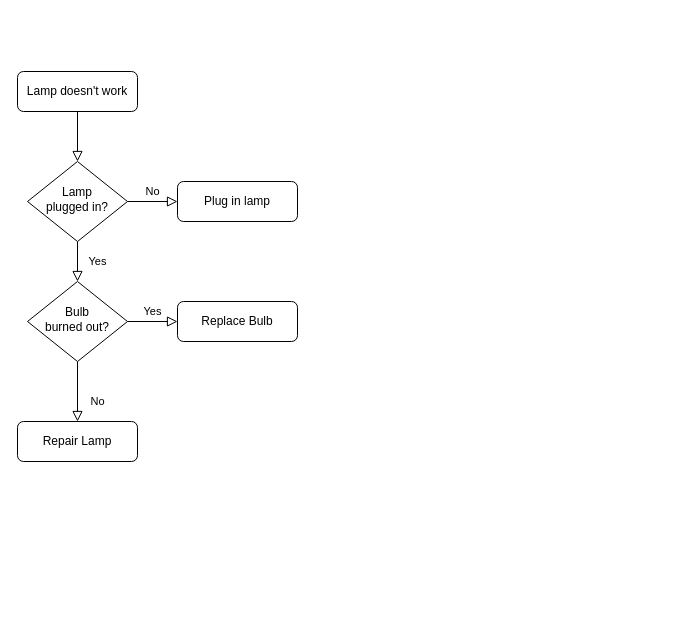
Above: marcelo .drawio in s4mucarros/mdc118 (draw.io), before the change. Source tidied: cells renumbered, new cells numbered last; positions are measured from the earlier drawing's top-left corner, leaving out a move shared by most shapes. Both pictures are drawn from the tidied source at 100%, with x=0, y=0 at pixel (17, 71).
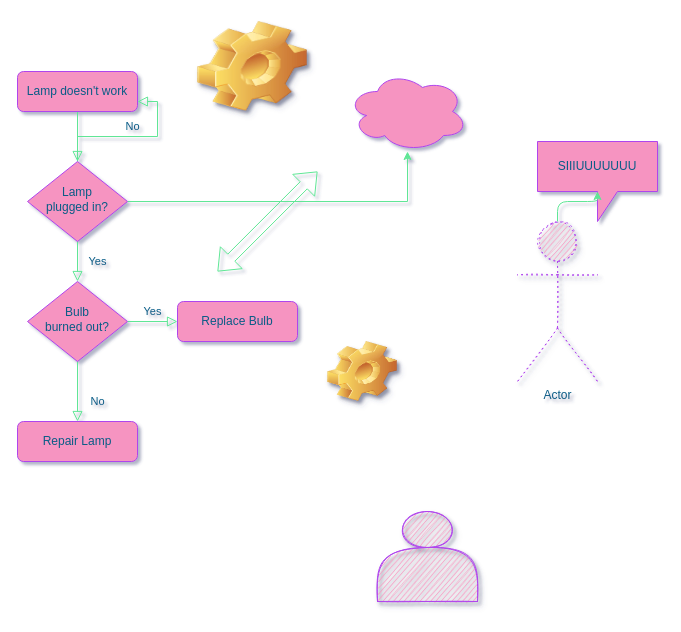
The same diagram, later.

The edit, as a diff of the source:
```diff
@@
-<mxGraphModel>
+<mxGraphModel shadow="1">
@@
-    <mxCell id="2" style="rounded=0;html=1;jettySize=auto;fontSize=11;endArrow=block;endFill=0;endSize=8;strokeWidth=1;shadow=0;labelBackgroundColor=none;edgeStyle=orthogonalEdgeStyle;" parent="1" edge="1" source="3" target="6">
+    <mxCell id="2" style="rounded=0;html=1;jettySize=auto;fontSize=11;endArrow=block;endFill=0;endSize=8;strokeWidth=1;shadow=0;labelBackgroundColor=none;edgeStyle=orthogonalEdgeStyle;strokeColor=#60E696;fontColor=#095C86;" parent="1" edge="1" source="3" target="6">
       <mxGeometry relative="1" as="geometry" />
     </mxCell>
-    <mxCell id="3" value="Lamp doesn't work" style="rounded=1;whiteSpace=wrap;html=1;fontSize=12;glass=0;strokeWidth=1;shadow=0;" parent="1" vertex="1">
+    <mxCell id="3" value="Lamp doesn't work" style="rounded=1;whiteSpace=wrap;html=1;fontSize=12;glass=0;strokeWidth=1;shadow=0;fillColor=#F694C1;strokeColor=#AF45ED;fontColor=#095C86;" parent="1" vertex="1">
       <mxGeometry width="120" height="40" as="geometry" />
     </mxCell>
-    <mxCell id="4" value="Yes" style="rounded=0;html=1;jettySize=auto;fontSize=11;endArrow=block;endFill=0;endSize=8;strokeWidth=1;shadow=0;labelBackgroundColor=none;edgeStyle=orthogonalEdgeStyle;" parent="1" edge="1" source="6" target="10">
+    <mxCell id="4" value="Yes" style="rounded=0;html=1;jettySize=auto;fontSize=11;endArrow=block;endFill=0;endSize=8;strokeWidth=1;shadow=0;labelBackgroundColor=none;edgeStyle=orthogonalEdgeStyle;strokeColor=#60E696;fontColor=#095C86;" parent="1" edge="1" source="6" target="10">
       <mxGeometry y="20" relative="1" as="geometry" />
     </mxCell>
-    <mxCell id="5" value="No" style="edgeStyle=orthogonalEdgeStyle;rounded=0;html=1;jettySize=auto;fontSize=11;endArrow=block;endFill=0;endSize=8;strokeWidth=1;shadow=0;labelBackgroundColor=none;" parent="1" edge="1" source="6" target="7">
+    <mxCell id="5" value="No" style="edgeStyle=orthogonalEdgeStyle;rounded=0;html=1;jettySize=auto;fontSize=11;endArrow=block;endFill=0;endSize=8;strokeWidth=1;shadow=0;labelBackgroundColor=none;entryX=1;entryY=0.75;entryDx=0;entryDy=0;strokeColor=#60E696;fontColor=#095C86;" parent="1" edge="1" source="6" target="3">
       <mxGeometry y="10" relative="1" as="geometry" />
     </mxCell>
+    <mxCell id="13" style="edgeStyle=orthogonalEdgeStyle;rounded=0;jettySize=auto;html=1;strokeColor=#60E696;fontColor=#095C86;" parent="1" edge="1" source="6" target="15">
+      <mxGeometry relative="1" as="geometry" />
+    </mxCell>
-    <mxCell id="6" value="Lamp&lt;br&gt;plugged in?" style="rhombus;whiteSpace=wrap;html=1;shadow=0;fontFamily=Helvetica;fontSize=12;align=center;strokeWidth=1;spacing=6;spacingTop=-4;" parent="1" vertex="1">
+    <mxCell id="6" value="Lamp&lt;br&gt;plugged in?" style="rhombus;whiteSpace=wrap;html=1;shadow=0;fontFamily=Helvetica;fontSize=12;align=center;strokeWidth=1;spacing=6;spacingTop=-4;fillColor=#F694C1;strokeColor=#AF45ED;fontColor=#095C86;" parent="1" vertex="1">
       <mxGeometry x="10" y="90" width="100" height="80" as="geometry" />
     </mxCell>
-    <mxCell id="7" value="Plug in lamp" style="rounded=1;whiteSpace=wrap;html=1;fontSize=12;glass=0;strokeWidth=1;shadow=0;" parent="1" vertex="1">
-      <mxGeometry x="160" y="110" width="120" height="40" as="geometry" />
-    </mxCell>
-    <mxCell id="8" value="No" style="rounded=0;html=1;jettySize=auto;fontSize=11;endArrow=block;endFill=0;endSize=8;strokeWidth=1;shadow=0;labelBackgroundColor=none;edgeStyle=orthogonalEdgeStyle;" parent="1" edge="1" source="10" target="11">
+    <mxCell id="8" value="No" style="rounded=0;html=1;jettySize=auto;fontSize=11;endArrow=block;endFill=0;endSize=8;strokeWidth=1;shadow=0;labelBackgroundColor=none;edgeStyle=orthogonalEdgeStyle;strokeColor=#60E696;fontColor=#095C86;" parent="1" edge="1" source="10" target="11">
       <mxGeometry x="0.33" y="20" relative="1" as="geometry" />
     </mxCell>
-    <mxCell id="9" value="Yes" style="edgeStyle=orthogonalEdgeStyle;rounded=0;html=1;jettySize=auto;fontSize=11;endArrow=block;endFill=0;endSize=8;strokeWidth=1;shadow=0;labelBackgroundColor=none;" parent="1" edge="1" source="10" target="12">
+    <mxCell id="9" value="Yes" style="edgeStyle=orthogonalEdgeStyle;rounded=0;html=1;jettySize=auto;fontSize=11;endArrow=block;endFill=0;endSize=8;strokeWidth=1;shadow=0;labelBackgroundColor=none;strokeColor=#60E696;fontColor=#095C86;" parent="1" edge="1" source="10" target="12">
       <mxGeometry y="10" relative="1" as="geometry" />
     </mxCell>
-    <mxCell id="10" value="Bulb&lt;br&gt;burned out?" style="rhombus;whiteSpace=wrap;html=1;shadow=0;fontFamily=Helvetica;fontSize=12;align=center;strokeWidth=1;spacing=6;spacingTop=-4;" parent="1" vertex="1">
+    <mxCell id="10" value="Bulb&lt;br&gt;burned out?" style="rhombus;whiteSpace=wrap;html=1;shadow=0;fontFamily=Helvetica;fontSize=12;align=center;strokeWidth=1;spacing=6;spacingTop=-4;fillColor=#F694C1;strokeColor=#AF45ED;fontColor=#095C86;" parent="1" vertex="1">
       <mxGeometry x="10" y="210" width="100" height="80" as="geometry" />
     </mxCell>
-    <mxCell id="11" value="Repair Lamp" style="rounded=1;whiteSpace=wrap;html=1;fontSize=12;glass=0;strokeWidth=1;shadow=0;" parent="1" vertex="1">
+    <mxCell id="11" value="Repair Lamp" style="rounded=1;whiteSpace=wrap;html=1;fontSize=12;glass=0;strokeWidth=1;shadow=0;fillColor=#F694C1;strokeColor=#AF45ED;fontColor=#095C86;" parent="1" vertex="1">
       <mxGeometry y="350" width="120" height="40" as="geometry" />
     </mxCell>
-    <mxCell id="12" value="Replace Bulb" style="rounded=1;whiteSpace=wrap;html=1;fontSize=12;glass=0;strokeWidth=1;shadow=0;" parent="1" vertex="1">
+    <mxCell id="12" value="Replace Bulb" style="rounded=1;whiteSpace=wrap;html=1;fontSize=12;glass=0;strokeWidth=1;shadow=0;fillColor=#F694C1;strokeColor=#AF45ED;fontColor=#095C86;" parent="1" vertex="1">
       <mxGeometry x="160" y="230" width="120" height="40" as="geometry" />
     </mxCell>
+    <mxCell id="14" value="Actor" style="shape=umlActor;verticalLabelPosition=bottom;verticalAlign=top;html=1;outlineConnect=0;rotation=0;shadow=1;sketch=1;dashed=1;dashPattern=1 4;fillColor=#F694C1;strokeColor=#AF45ED;fontColor=#095C86;" parent="1" vertex="1">
+      <mxGeometry x="500" y="150" width="80" height="160" as="geometry" />
+    </mxCell>
+    <mxCell id="15" style="ellipse;shape=cloud;whiteSpace=wrap;html=1;fillColor=#F694C1;strokeColor=#AF45ED;fontColor=#095C86;" parent="1" vertex="1">
+      <mxGeometry x="330" width="120" height="80" as="geometry" />
+    </mxCell>
+    <mxCell id="16" style="shape=flexArrow;endArrow=classic;startArrow=classic;html=1;rounded=0;strokeColor=#60E696;fontColor=#095C86;" parent="1" edge="1">
+      <mxGeometry relative="1" as="geometry">
+        <mxPoint x="200" y="200" as="sourcePoint" />
+        <mxPoint x="300" y="100" as="targetPoint" />
+      </mxGeometry>
+    </mxCell>
+    <mxCell id="17" value="SIIIUUUUUUU" style="shape=callout;whiteSpace=wrap;html=1;perimeter=calloutPerimeter;fillColor=#F694C1;strokeColor=#AF45ED;fontColor=#095C86;" parent="1" vertex="1">
+      <mxGeometry x="520" y="70" width="120" height="80" as="geometry" />
+    </mxCell>
+    <mxCell id="18" style="shape=actor;whiteSpace=wrap;html=1;shadow=1;sketch=1;strokeColor=#AF45ED;fillColor=#F694C1;fontColor=#095C86;" parent="1" vertex="1">
+      <mxGeometry x="360" y="440" width="100" height="90" as="geometry" />
+    </mxCell>
+    <mxCell id="19" style="shape=image;html=1;verticalLabelPosition=bottom;verticalAlign=top;imageAspect=0;image=img/clipart/Gear_128x128.png;shadow=1;dashed=1;dashPattern=1 4;sketch=1;strokeColor=#AF45ED;fillColor=#F694C1;fontColor=#095C86;" parent="1" vertex="1">
+      <mxGeometry x="180" y="-50" width="110" height="90" as="geometry" />
+    </mxCell>
+    <mxCell id="20" style="shape=image;html=1;verticalLabelPosition=bottom;verticalAlign=top;imageAspect=0;image=img/clipart/Gear_128x128.png;shadow=1;dashed=1;dashPattern=1 4;sketch=1;strokeColor=#AF45ED;fillColor=#F694C1;fontColor=#095C86;" parent="1" vertex="1">
+      <mxGeometry x="310" y="270" width="70" height="60" as="geometry" />
+    </mxCell>
+    <mxCell id="21" style="edgeStyle=orthogonalEdgeStyle;curved=0;rounded=1;sketch=0;jettySize=auto;html=1;fontColor=#095C86;strokeColor=#60E696;fillColor=#F694C1;" parent="1" edge="1" source="14" target="17">
+      <mxGeometry relative="1" as="geometry" />
+    </mxCell>
```
